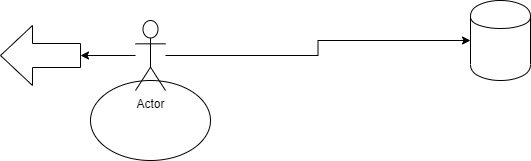
Above: HelloWorld.png in Yaseen549/draw-io-projectories (draw.io), before the change. Source tidied: cells renumbered, new cells last; positions are measured from the earlier drawing's top-left corner, leaving out a move shared by most shapes. Source of this version:
```xml
<mxGraphModel>
  <root>
    <mxCell id="0" />
    <mxCell id="1" parent="0" />
    <mxCell id="2" style="ellipse;whiteSpace=wrap;html=1;" parent="1" vertex="1">
      <mxGeometry x="90" y="80" width="120" height="80" as="geometry" />
    </mxCell>
    <mxCell id="3" style="edgeStyle=orthogonalEdgeStyle;rounded=0;jettySize=auto;html=1;" parent="1" edge="1" source="5" target="6">
      <mxGeometry relative="1" as="geometry" />
    </mxCell>
    <mxCell id="4" style="edgeStyle=orthogonalEdgeStyle;rounded=0;jettySize=auto;html=1;" parent="1" edge="1" source="5" target="7">
      <mxGeometry relative="1" as="geometry" />
    </mxCell>
    <mxCell id="5" value="Actor" style="shape=umlActor;verticalLabelPosition=bottom;verticalAlign=top;html=1;outlineConnect=0;" parent="1" vertex="1">
      <mxGeometry x="135" y="20" width="30" height="70" as="geometry" />
    </mxCell>
    <mxCell id="6" style="shape=cylinder;whiteSpace=wrap;html=1;boundedLbl=1;backgroundOutline=1;verticalAlign=top;" parent="1" vertex="1">
      <mxGeometry x="470" width="60" height="80" as="geometry" />
    </mxCell>
    <mxCell id="7" style="shape=singleArrow;whiteSpace=wrap;html=1;arrowWidth=0.4;arrowSize=0.4;flipH=1;verticalAlign=top;" parent="1" vertex="1">
      <mxGeometry y="25" width="80" height="60" as="geometry" />
    </mxCell>
  </root>
</mxGraphModel>
```
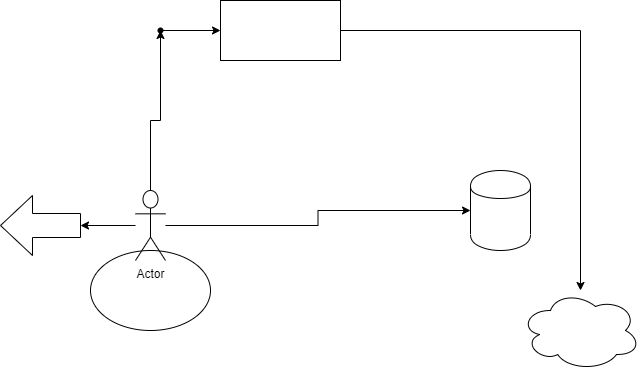
The same diagram one commit later.

What changed in the source:
```diff
@@ -11,6 +11,9 @@
     <mxCell id="4" style="edgeStyle=orthogonalEdgeStyle;rounded=0;jettySize=auto;html=1;" parent="1" edge="1" source="5" target="7">
       <mxGeometry relative="1" as="geometry" />
     </mxCell>
+    <mxCell id="8" style="edgeStyle=orthogonalEdgeStyle;rounded=0;jettySize=auto;html=1;" parent="1" edge="1" source="5" target="10">
+      <mxGeometry relative="1" as="geometry" />
+    </mxCell>
     <mxCell id="5" value="Actor" style="shape=umlActor;verticalLabelPosition=bottom;verticalAlign=top;html=1;outlineConnect=0;" parent="1" vertex="1">
       <mxGeometry x="135" y="20" width="30" height="70" as="geometry" />
     </mxCell>
@@ -20,5 +23,20 @@
     <mxCell id="7" style="shape=singleArrow;whiteSpace=wrap;html=1;arrowWidth=0.4;arrowSize=0.4;flipH=1;verticalAlign=top;" parent="1" vertex="1">
       <mxGeometry y="25" width="80" height="60" as="geometry" />
     </mxCell>
+    <mxCell id="9" style="edgeStyle=orthogonalEdgeStyle;rounded=0;jettySize=auto;html=1;" parent="1" edge="1" source="10" target="12">
+      <mxGeometry relative="1" as="geometry" />
+    </mxCell>
+    <mxCell id="10" style="shape=waypoint;size=6;points=[];fillColor=#ffffff;perimeter=centerPerimeter;snapToPoint=1;verticalAlign=top;" parent="1" vertex="1">
+      <mxGeometry x="140" y="-160" width="40" height="40" as="geometry" />
+    </mxCell>
+    <mxCell id="11" style="edgeStyle=orthogonalEdgeStyle;rounded=0;jettySize=auto;html=1;" parent="1" edge="1" source="12" target="13">
+      <mxGeometry relative="1" as="geometry" />
+    </mxCell>
+    <mxCell id="12" style="whiteSpace=wrap;html=1;verticalAlign=top;" parent="1" vertex="1">
+      <mxGeometry x="220" y="-170" width="120" height="60" as="geometry" />
+    </mxCell>
+    <mxCell id="13" style="ellipse;shape=cloud;whiteSpace=wrap;html=1;verticalAlign=top;" parent="1" vertex="1">
+      <mxGeometry x="520" y="120" width="120" height="80" as="geometry" />
+    </mxCell>
   </root>
 </mxGraphModel>
```
